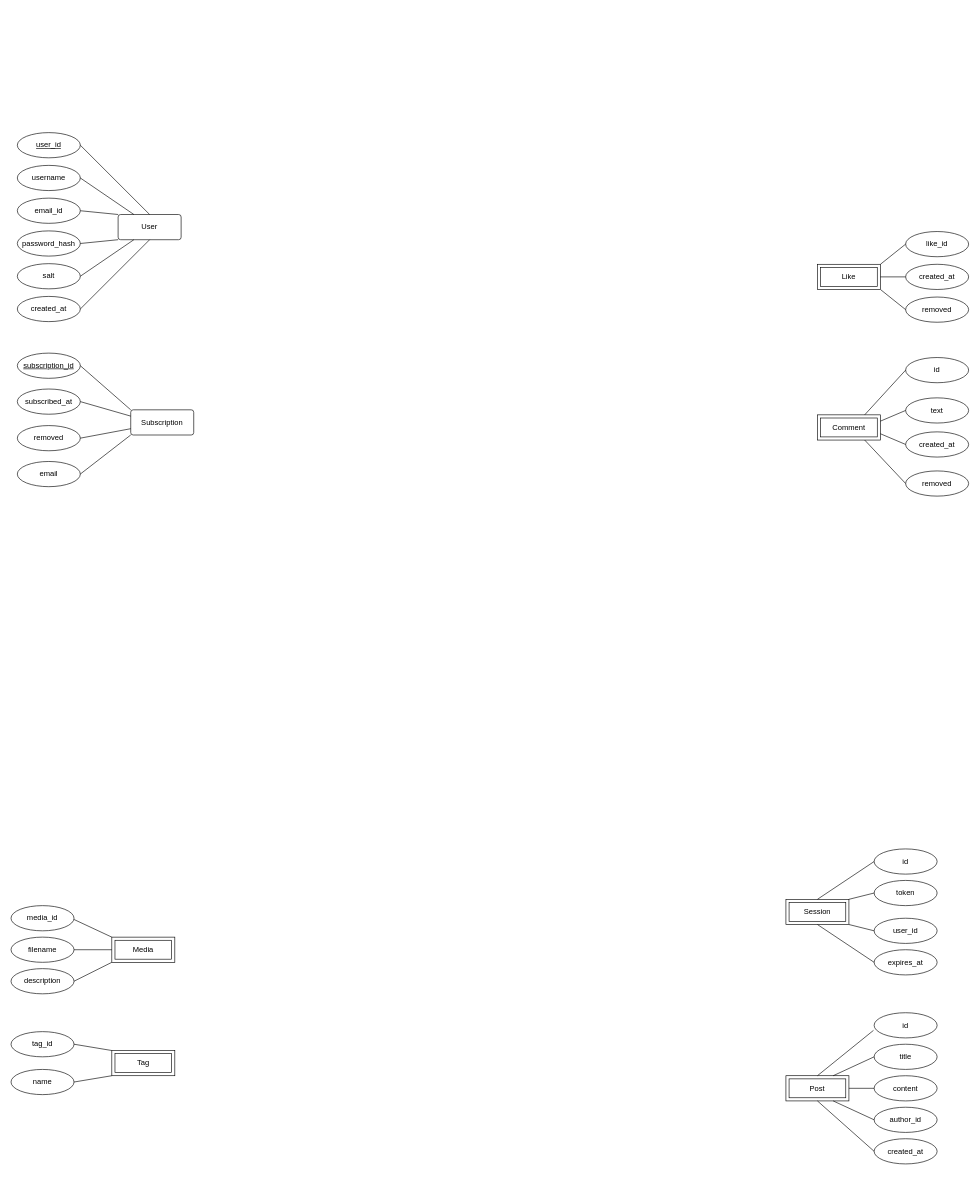
Before: diagrams/Untitled Diagram.drawio in blood-rogue/er-diagram, a draw.io diagram. Source tidied: cells renumbered, new cells numbered last; positions are measured from the earlier drawing's top-left corner, leaving out a move shared by most shapes. Both pictures are drawn from the tidied source at 63%, with x=0, y=0 at pixel (11, 132).
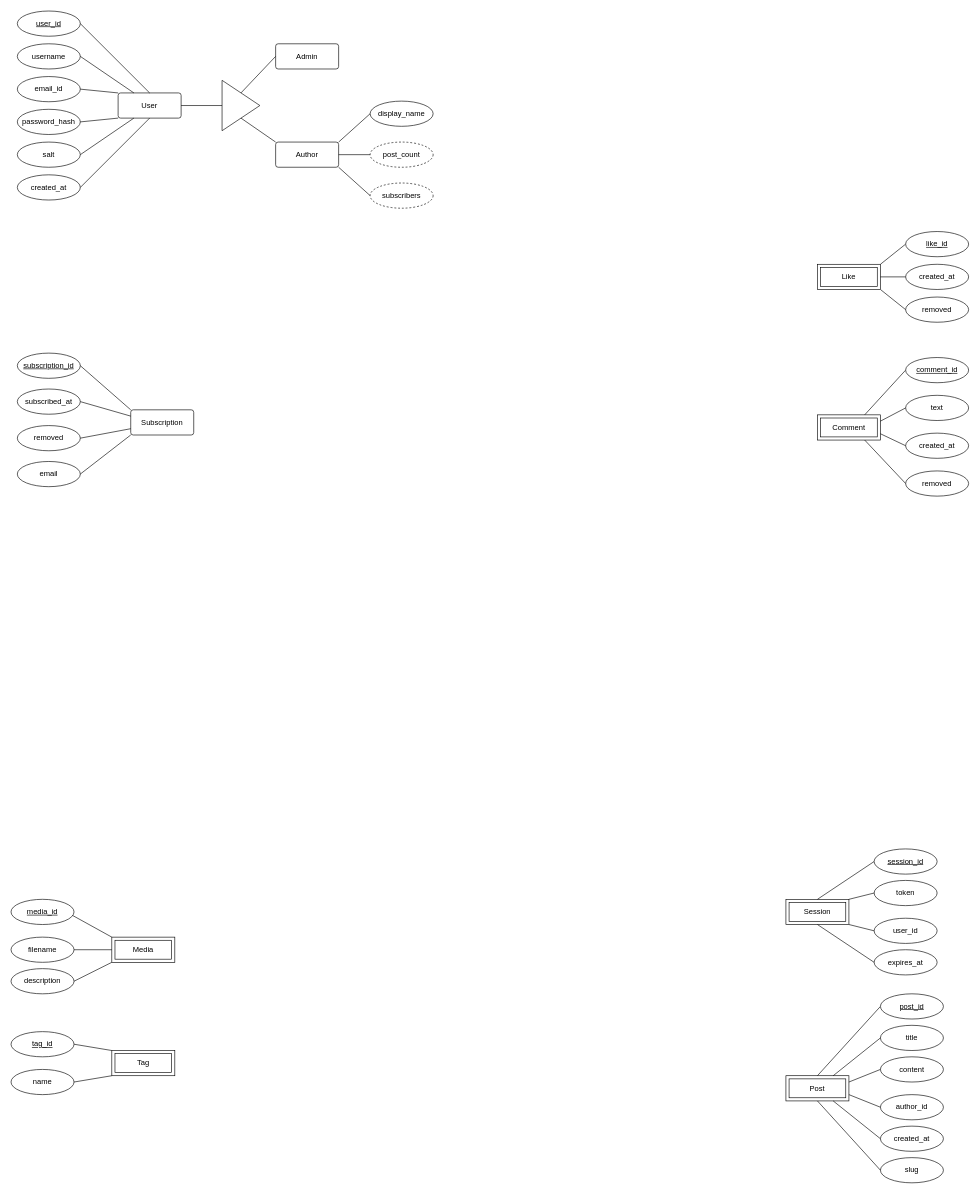
After the change.

Unchanged cells that the change refers to:
```xml
<mxCell id="11" value="Comment" style="shape=ext;margin=3;double=1;whiteSpace=wrap;html=1;align=center;" parent="1" vertex="1">
  <mxGeometry x="1280" y="448" width="100" height="40" as="geometry" />
</mxCell>
<mxCell id="13" value="Media" style="shape=ext;margin=3;double=1;whiteSpace=wrap;html=1;align=center;" parent="1" vertex="1">
  <mxGeometry x="160" y="1277" width="100" height="40" as="geometry" />
</mxCell>
<mxCell id="23" value="Tag" style="shape=ext;margin=3;double=1;whiteSpace=wrap;html=1;align=center;" parent="1" vertex="1">
  <mxGeometry x="160" y="1457" width="100" height="40" as="geometry" />
</mxCell>
<mxCell id="29" value="Session" style="shape=ext;margin=3;double=1;whiteSpace=wrap;html=1;align=center;" parent="1" vertex="1">
  <mxGeometry x="1230" y="1217" width="100" height="40" as="geometry" />
</mxCell>
<mxCell id="42" value="Post" style="shape=ext;margin=3;double=1;whiteSpace=wrap;html=1;align=center;" parent="1" vertex="1">
  <mxGeometry x="1230" y="1497" width="100" height="40" as="geometry" />
</mxCell>
```

Change to the diagram source:
```diff
@@
     <mxCell id="2" value="username" style="ellipse;whiteSpace=wrap;html=1;align=center;" parent="1" vertex="1">
-      <mxGeometry x="10" y="52" width="100" height="40" as="geometry" />
+      <mxGeometry x="10" y="-141" width="100" height="40" as="geometry" />
     </mxCell>
     <mxCell id="3" value="email_id" style="ellipse;whiteSpace=wrap;html=1;align=center;" parent="1" vertex="1">
-      <mxGeometry x="10" y="104" width="100" height="40" as="geometry" />
+      <mxGeometry x="10" y="-89" width="100" height="40" as="geometry" />
     </mxCell>
     <mxCell id="4" value="password_hash" style="ellipse;whiteSpace=wrap;html=1;align=center;" parent="1" vertex="1">
-      <mxGeometry x="10" y="156" width="100" height="40" as="geometry" />
+      <mxGeometry x="10" y="-37" width="100" height="40" as="geometry" />
     </mxCell>
     <mxCell id="5" value="salt" style="ellipse;whiteSpace=wrap;html=1;align=center;" parent="1" vertex="1">
-      <mxGeometry x="10" y="208" width="100" height="40" as="geometry" />
+      <mxGeometry x="10" y="15" width="100" height="40" as="geometry" />
     </mxCell>
     <mxCell id="6" value="created_at" style="ellipse;whiteSpace=wrap;html=1;align=center;" parent="1" vertex="1">
-      <mxGeometry x="10" y="260" width="100" height="40" as="geometry" />
+      <mxGeometry x="10" y="67" width="100" height="40" as="geometry" />
     </mxCell>
-    <mxCell id="7" value="like_id" style="ellipse;whiteSpace=wrap;html=1;align=center;" parent="1" vertex="1">
-      <mxGeometry x="1420" y="157" width="100" height="40" as="geometry" />
-    </mxCell>
@@
     <mxCell id="9" value="User" style="rounded=1;arcSize=10;whiteSpace=wrap;html=1;align=center;" parent="1" vertex="1">
-      <mxGeometry x="170" y="130" width="100" height="40" as="geometry" />
+      <mxGeometry x="170" y="-63" width="100" height="40" as="geometry" />
     </mxCell>
@@
     <mxCell id="12" value="user_id" style="ellipse;whiteSpace=wrap;html=1;align=center;fontStyle=4;" parent="1" vertex="1">
-      <mxGeometry x="10" width="100" height="40" as="geometry" />
+      <mxGeometry x="10" y="-193" width="100" height="40" as="geometry" />
     </mxCell>
@@
     <mxCell id="18" value="text" style="ellipse;whiteSpace=wrap;html=1;align=center;" parent="1" vertex="1">
-      <mxGeometry x="1420" y="421" width="100" height="40" as="geometry" />
+      <mxGeometry x="1420" y="417" width="100" height="40" as="geometry" />
     </mxCell>
     <mxCell id="19" value="created_at" style="ellipse;whiteSpace=wrap;html=1;align=center;" parent="1" vertex="1">
-      <mxGeometry x="1420" y="475" width="100" height="40" as="geometry" />
+      <mxGeometry x="1420" y="477" width="100" height="40" as="geometry" />
     </mxCell>
@@
-    <mxCell id="33" value="id" style="ellipse;whiteSpace=wrap;html=1;align=center;" parent="1" vertex="1">
-      <mxGeometry x="1370" y="1137" width="100" height="40" as="geometry" />
-    </mxCell>
-    <mxCell id="34" value="id" style="ellipse;whiteSpace=wrap;html=1;align=center;" parent="1" vertex="1">
-      <mxGeometry x="1420" y="357" width="100" height="40" as="geometry" />
-    </mxCell>
-    <mxCell id="35" style="endArrow=none;html=1;rounded=0;entryX=0;entryY=0.5;entryDx=0;entryDy=0;exitX=0.5;exitY=0;exitDx=0;exitDy=0;" parent="1" edge="1" source="29" target="33">
+    <mxCell id="35" style="endArrow=none;html=1;rounded=0;entryX=0;entryY=0.5;entryDx=0;entryDy=0;exitX=0.5;exitY=0;exitDx=0;exitDy=0;" parent="1" edge="1" source="29" target="80">
       <mxGeometry relative="1" as="geometry" />
     </mxCell>
@@
-    <mxCell id="39" style="endArrow=none;html=1;rounded=0;entryX=0;entryY=0.5;entryDx=0;entryDy=0;exitX=0.75;exitY=0;exitDx=0;exitDy=0;" parent="1" edge="1" source="11" target="34">
+    <mxCell id="39" style="endArrow=none;html=1;rounded=0;entryX=0;entryY=0.5;entryDx=0;entryDy=0;exitX=0.75;exitY=0;exitDx=0;exitDy=0;" parent="1" edge="1" source="11" target="82">
       <mxGeometry relative="1" as="geometry" />
     </mxCell>
@@
     <mxCell id="43" value="created_at" style="ellipse;whiteSpace=wrap;html=1;align=center;" parent="1" vertex="1">
-      <mxGeometry x="1370" y="1597" width="100" height="40" as="geometry" />
+      <mxGeometry x="1380" y="1577" width="100" height="40" as="geometry" />
     </mxCell>
     <mxCell id="44" value="author_id" style="ellipse;whiteSpace=wrap;html=1;align=center;" parent="1" vertex="1">
-      <mxGeometry x="1370" y="1547" width="100" height="40" as="geometry" />
+      <mxGeometry x="1380" y="1527" width="100" height="40" as="geometry" />
     </mxCell>
     <mxCell id="45" value="content" style="ellipse;whiteSpace=wrap;html=1;align=center;" parent="1" vertex="1">
-      <mxGeometry x="1370" y="1497" width="100" height="40" as="geometry" />
+      <mxGeometry x="1380" y="1467" width="100" height="40" as="geometry" />
     </mxCell>
     <mxCell id="46" value="title" style="ellipse;whiteSpace=wrap;html=1;align=center;" parent="1" vertex="1">
-      <mxGeometry x="1370" y="1447" width="100" height="40" as="geometry" />
+      <mxGeometry x="1380" y="1417" width="100" height="40" as="geometry" />
     </mxCell>
-    <mxCell id="47" value="id" style="ellipse;whiteSpace=wrap;html=1;align=center;" parent="1" vertex="1">
-      <mxGeometry x="1370" y="1397" width="100" height="40" as="geometry" />
-    </mxCell>
-    <mxCell id="48" style="endArrow=none;html=1;rounded=0;entryX=0;entryY=0.5;entryDx=0;entryDy=0;exitX=0.5;exitY=1;exitDx=0;exitDy=0;" parent="1" edge="1" source="42" target="43">
+    <mxCell id="48" style="endArrow=none;html=1;rounded=0;entryX=0;entryY=0.5;entryDx=0;entryDy=0;exitX=0.75;exitY=1;exitDx=0;exitDy=0;" parent="1" edge="1" source="42" target="43">
       <mxGeometry relative="1" as="geometry" />
     </mxCell>
-    <mxCell id="49" style="endArrow=none;html=1;rounded=0;entryX=0;entryY=0.5;entryDx=0;entryDy=0;exitX=0.75;exitY=1;exitDx=0;exitDy=0;" parent="1" edge="1" source="42" target="44">
+    <mxCell id="49" style="endArrow=none;html=1;rounded=0;entryX=0;entryY=0.5;entryDx=0;entryDy=0;exitX=1;exitY=0.75;exitDx=0;exitDy=0;" parent="1" edge="1" source="42" target="44">
       <mxGeometry relative="1" as="geometry" />
     </mxCell>
-    <mxCell id="50" style="endArrow=none;html=1;rounded=0;entryX=0;entryY=0.5;entryDx=0;entryDy=0;exitX=1;exitY=0.5;exitDx=0;exitDy=0;" parent="1" edge="1" source="42" target="45">
+    <mxCell id="50" style="endArrow=none;html=1;rounded=0;entryX=0;entryY=0.5;entryDx=0;entryDy=0;exitX=1;exitY=0.25;exitDx=0;exitDy=0;" parent="1" edge="1" source="42" target="45">
       <mxGeometry relative="1" as="geometry" />
     </mxCell>
@@
-    <mxCell id="52" style="endArrow=none;html=1;rounded=0;entryX=-0.01;entryY=0.7;entryDx=0;entryDy=0;exitX=0.5;exitY=0;exitDx=0;exitDy=0;entryPerimeter=0;" parent="1" edge="1" source="42" target="47">
+    <mxCell id="52" style="endArrow=none;html=1;rounded=0;entryX=0;entryY=0.5;entryDx=0;entryDy=0;exitX=0.5;exitY=0;exitDx=0;exitDy=0;" parent="1" edge="1" source="42" target="78">
       <mxGeometry relative="1" as="geometry" />
     </mxCell>
@@
-    <mxCell id="62" value="media_id" style="ellipse;whiteSpace=wrap;html=1;align=center;" parent="1" vertex="1">
-      <mxGeometry y="1227" width="100" height="40" as="geometry" />
-    </mxCell>
-    <mxCell id="63" style="endArrow=none;html=1;rounded=0;entryX=0;entryY=0;entryDx=0;entryDy=0;" parent="1" edge="1" target="13">
+    <mxCell id="63" style="endArrow=none;html=1;rounded=0;entryX=0;entryY=0;entryDx=0;entryDy=0;exitX=0.961;exitY=0.368;exitDx=0;exitDy=0;exitPerimeter=0;" parent="1" edge="1" target="13">
       <mxGeometry relative="1" as="geometry">
-        <mxPoint x="100" y="1249" as="sourcePoint" />
+        <mxPoint x="96.1" y="1241.7" as="sourcePoint" />
       </mxGeometry>
     </mxCell>
@@
-    <mxCell id="67" value="tag_id" style="ellipse;whiteSpace=wrap;html=1;align=center;" parent="1" vertex="1">
-      <mxGeometry y="1427" width="100" height="40" as="geometry" />
-    </mxCell>
-    <mxCell id="68" style="endArrow=none;html=1;rounded=0;exitX=1;exitY=0.5;exitDx=0;exitDy=0;entryX=0;entryY=0;entryDx=0;entryDy=0;" parent="1" edge="1" source="67" target="23">
-      <mxGeometry relative="1" as="geometry" />
+    <mxCell id="68" style="endArrow=none;html=1;rounded=0;exitX=1;exitY=0.5;exitDx=0;exitDy=0;entryX=0;entryY=0;entryDx=0;entryDy=0;" parent="1" edge="1" target="23">
+      <mxGeometry relative="1" as="geometry">
+        <mxPoint x="100" y="1447" as="sourcePoint" />
+      </mxGeometry>
     </mxCell>
@@
+    <mxCell id="72" style="triangle;whiteSpace=wrap;html=1;" parent="1" vertex="1">
+      <mxGeometry x="335" y="-83" width="60" height="80" as="geometry" />
+    </mxCell>
+    <mxCell id="73" style="endArrow=none;html=1;rounded=0;exitX=1;exitY=0.5;exitDx=0;exitDy=0;entryX=0;entryY=0.5;entryDx=0;entryDy=0;" parent="1" edge="1" source="9" target="72">
+      <mxGeometry relative="1" as="geometry" />
+    </mxCell>
+    <mxCell id="74" value="slug" style="ellipse;whiteSpace=wrap;html=1;align=center;" parent="1" vertex="1">
+      <mxGeometry x="1380" y="1627" width="100" height="40" as="geometry" />
+    </mxCell>
+    <mxCell id="75" value="Admin" style="rounded=1;arcSize=10;whiteSpace=wrap;html=1;align=center;" parent="1" vertex="1">
+      <mxGeometry x="420" y="-141" width="100" height="40" as="geometry" />
+    </mxCell>
+    <mxCell id="76" style="endArrow=none;html=1;rounded=0;entryX=0;entryY=0.5;entryDx=0;entryDy=0;exitX=0.5;exitY=1;exitDx=0;exitDy=0;" parent="1" edge="1" source="42" target="74">
+      <mxGeometry relative="1" as="geometry" />
+    </mxCell>
+    <mxCell id="77" value="Author" style="rounded=1;arcSize=10;whiteSpace=wrap;html=1;align=center;" parent="1" vertex="1">
+      <mxGeometry x="420" y="15" width="100" height="40" as="geometry" />
+    </mxCell>
+    <mxCell id="78" value="post_id" style="ellipse;whiteSpace=wrap;html=1;align=center;fontStyle=4;" parent="1" vertex="1">
+      <mxGeometry x="1380" y="1367" width="100" height="40" as="geometry" />
+    </mxCell>
+    <mxCell id="79" style="endArrow=none;html=1;rounded=0;exitX=0.5;exitY=1;exitDx=0;exitDy=0;entryX=0;entryY=0;entryDx=0;entryDy=0;" parent="1" edge="1" source="72" target="77">
+      <mxGeometry relative="1" as="geometry" />
+    </mxCell>
+    <mxCell id="80" value="session_id" style="ellipse;whiteSpace=wrap;html=1;align=center;fontStyle=4;" parent="1" vertex="1">
+      <mxGeometry x="1370" y="1137" width="100" height="40" as="geometry" />
+    </mxCell>
+    <mxCell id="67" value="tag_id" style="ellipse;whiteSpace=wrap;html=1;align=center;fontStyle=4;" parent="1" vertex="1">
+      <mxGeometry y="1427" width="100" height="40" as="geometry" />
+    </mxCell>
+    <mxCell id="81" style="endArrow=none;html=1;rounded=0;exitX=0.5;exitY=0;exitDx=0;exitDy=0;entryX=0;entryY=0.5;entryDx=0;entryDy=0;" parent="1" edge="1" source="72" target="75">
+      <mxGeometry relative="1" as="geometry" />
+    </mxCell>
+    <mxCell id="62" value="media_id" style="ellipse;whiteSpace=wrap;html=1;align=center;fontStyle=4;" parent="1" vertex="1">
+      <mxGeometry y="1217" width="100" height="40" as="geometry" />
+    </mxCell>
+    <mxCell id="7" value="like_id" style="ellipse;whiteSpace=wrap;html=1;align=center;fontStyle=4;" parent="1" vertex="1">
+      <mxGeometry x="1420" y="157" width="100" height="40" as="geometry" />
+    </mxCell>
+    <mxCell id="82" value="comment_id" style="ellipse;whiteSpace=wrap;html=1;align=center;fontStyle=4;" parent="1" vertex="1">
+      <mxGeometry x="1420" y="357" width="100" height="40" as="geometry" />
+    </mxCell>
+    <mxCell id="83" value="display_name" style="ellipse;whiteSpace=wrap;html=1;align=center;" parent="1" vertex="1">
+      <mxGeometry x="570" y="-50" width="100" height="40" as="geometry" />
+    </mxCell>
+    <mxCell id="84" value="post_count" style="ellipse;whiteSpace=wrap;html=1;align=center;dashed=1;" parent="1" vertex="1">
+      <mxGeometry x="570" y="15" width="100" height="40" as="geometry" />
+    </mxCell>
+    <mxCell id="85" value="subscribers" style="ellipse;whiteSpace=wrap;html=1;align=center;dashed=1;" parent="1" vertex="1">
+      <mxGeometry x="570" y="80" width="100" height="40" as="geometry" />
+    </mxCell>
+    <mxCell id="86" style="endArrow=none;html=1;rounded=0;exitX=1;exitY=0;exitDx=0;exitDy=0;entryX=0;entryY=0.5;entryDx=0;entryDy=0;" parent="1" edge="1" source="77" target="83">
+      <mxGeometry relative="1" as="geometry" />
+    </mxCell>
+    <mxCell id="87" style="endArrow=none;html=1;rounded=0;exitX=1;exitY=0.5;exitDx=0;exitDy=0;entryX=0;entryY=0.5;entryDx=0;entryDy=0;" parent="1" edge="1" source="77" target="84">
+      <mxGeometry relative="1" as="geometry" />
+    </mxCell>
+    <mxCell id="88" style="endArrow=none;html=1;rounded=0;exitX=1;exitY=1;exitDx=0;exitDy=0;entryX=0;entryY=0.5;entryDx=0;entryDy=0;" parent="1" edge="1" source="77" target="85">
+      <mxGeometry relative="1" as="geometry" />
+    </mxCell>
```
